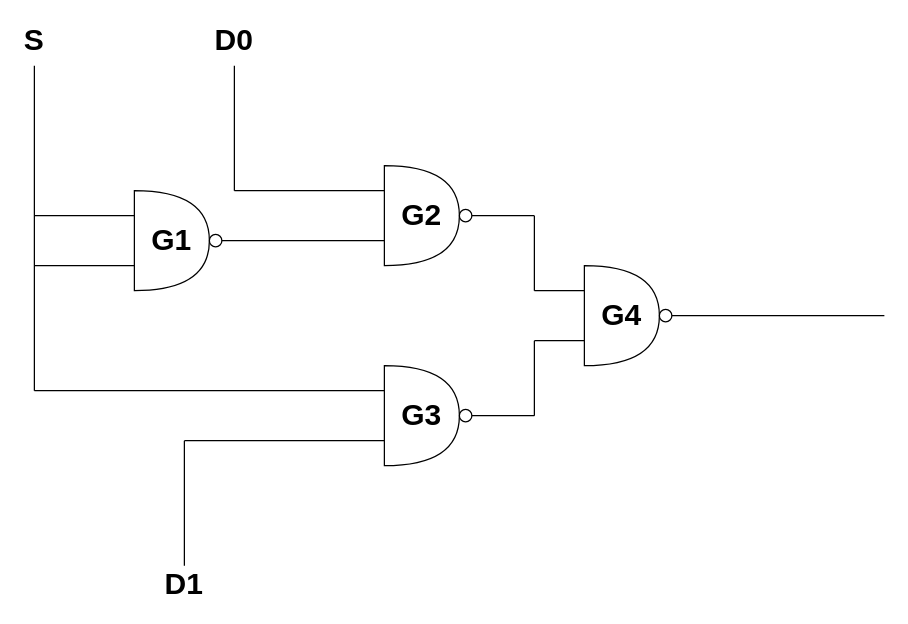
This is page "Page-1" (1 of 4) of Ex1/Mimushim.drawio from monty6400/NumEx1, a draw.io file, before an edit. Source tidied: cells renumbered, new cells numbered last; positions are measured from the earlier drawing's top-left corner, leaving out a move shared by most shapes. Both pictures are drawn from the tidied source at 125%, with x=0, y=0 at pixel (21, 21).
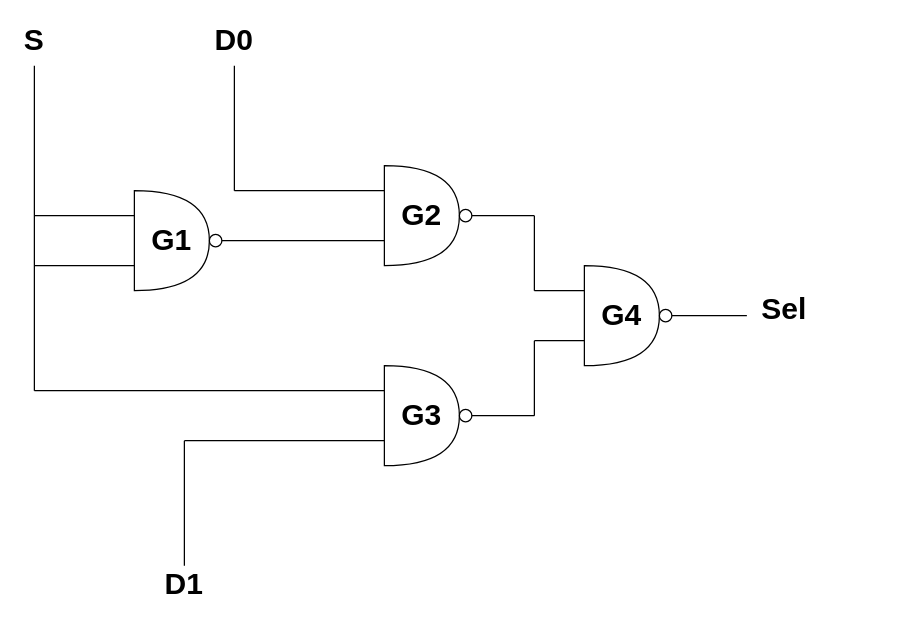
The same diagram, later.

The change refers to these unchanged cells:
```xml
<mxCell id="9" style="ellipse;whiteSpace=wrap;html=1;" parent="1" vertex="1">
  <mxGeometry x="510" y="230" width="10" height="10" as="geometry" />
</mxCell>
```

Diff of the diagram source:
```diff
@@
     <mxCell id="25" style="endArrow=none;html=1;rounded=0;exitX=1;exitY=0.5;exitDx=0;exitDy=0;" parent="1" edge="1" source="9">
       <mxGeometry relative="1" as="geometry">
-        <mxPoint x="690" y="235" as="targetPoint" />
+        <mxPoint x="580" y="235" as="targetPoint" />
       </mxGeometry>
     </mxCell>
@@
+    <mxCell id="33" value="&lt;font style=&quot;font-size: 24px;&quot;&gt;&lt;b&gt;Sel&lt;/b&gt;&lt;/font&gt;" style="text;strokeColor=none;align=center;fillColor=none;html=1;verticalAlign=middle;whiteSpace=wrap;rounded=0;" parent="1" vertex="1">
+      <mxGeometry x="580" y="215" width="60" height="30" as="geometry" />
+    </mxCell>
```
